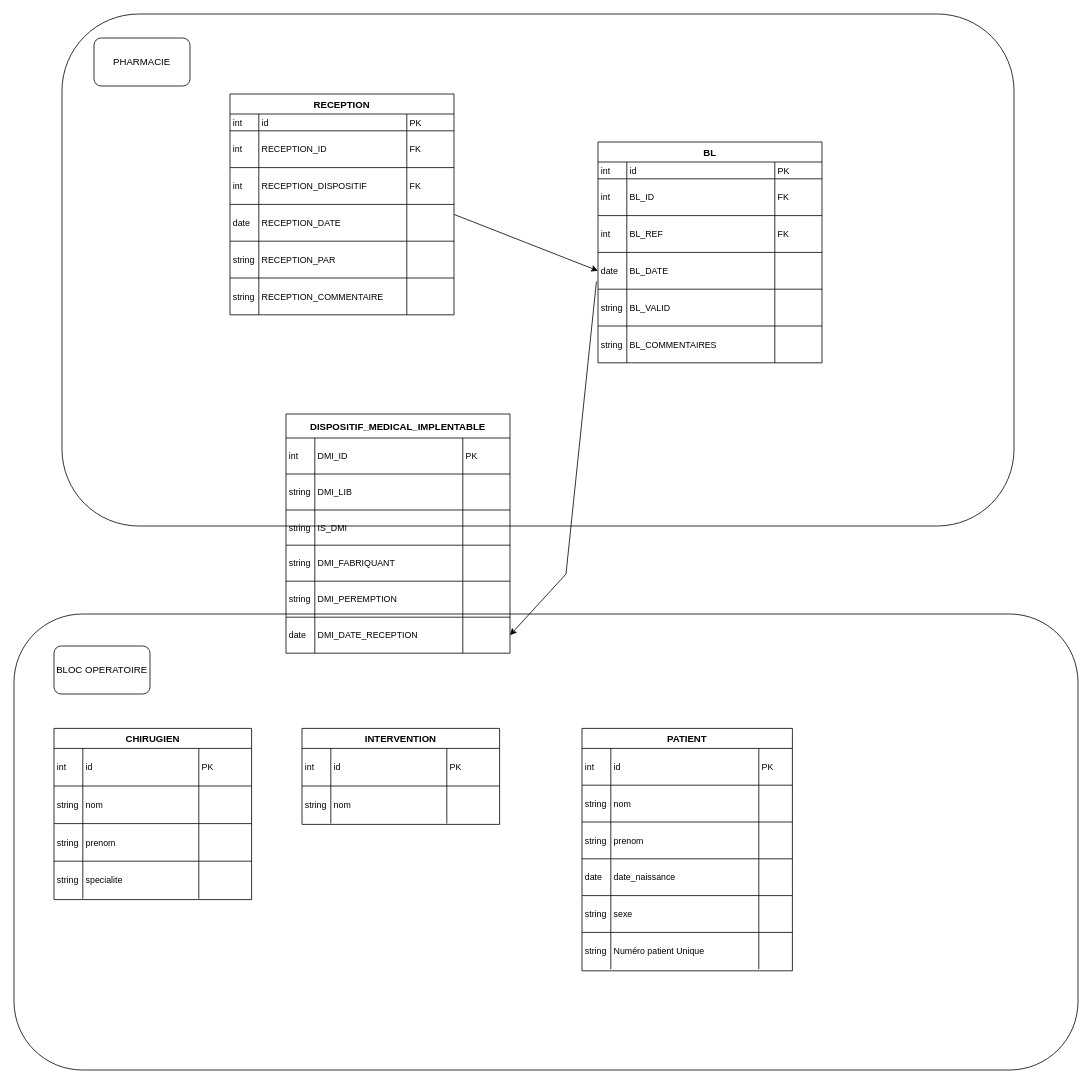
Earlier version of the draw.io diagram schema_reception.drawio (antikkorps/schema_reception). Source tidied: cells renumbered, new cells numbered last; positions are measured from the earlier drawing's top-left corner, leaving out a move shared by most shapes. Both pictures are drawn from the tidied source at 80%, with x=0, y=0 at pixel (14, 14).
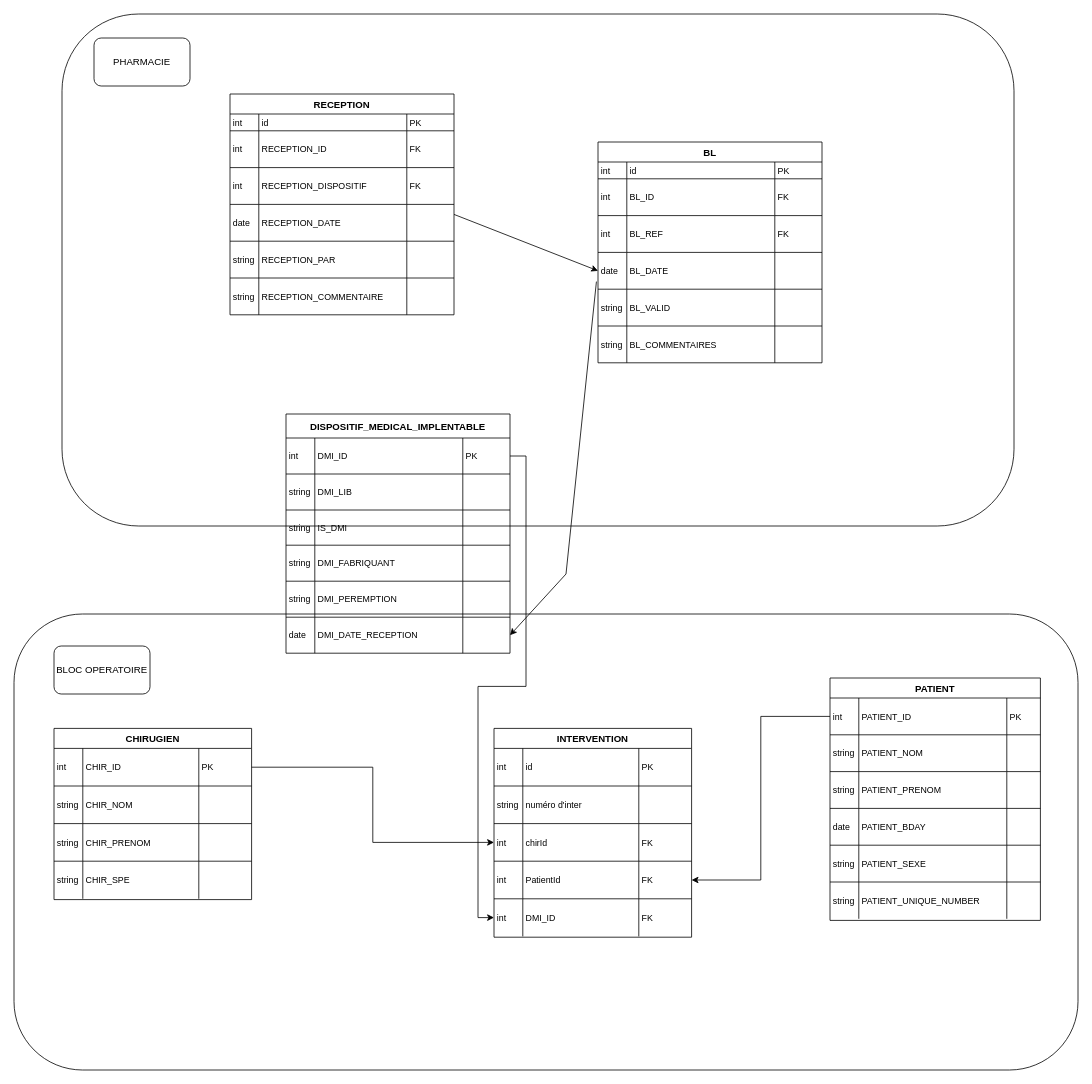
After the change.

Commit message:
Mettre à jour schema_reception.drawio

The change refers to these unchanged cells:
```xml
<mxCell id="5" style="shape=tableRow;horizontal=0;startSize=0;swimlaneHead=0;swimlaneBody=0;fillColor=none;points=[[0,0.5],[1,0.5]];portConstraint=eastwest;top=0;left=0;right=0;bottom=0;" parent="4" vertex="1">
  <mxGeometry y="25" width="263" height="46" as="geometry" />
</mxCell>
<mxCell id="9" style="shape=tableRow;horizontal=0;startSize=0;swimlaneHead=0;swimlaneBody=0;fillColor=none;top=0;left=0;right=0;bottom=0;" parent="4" vertex="1">
  <mxGeometry y="71" width="263" height="46" as="geometry" />
</mxCell>
<mxCell id="13" style="shape=tableRow;horizontal=0;startSize=0;swimlaneHead=0;swimlaneBody=0;fillColor=none;top=0;left=0;right=0;bottom=0;" parent="4" vertex="1">
  <mxGeometry y="117" width="263" height="46" as="geometry" />
</mxCell>
<mxCell id="17" style="shape=tableRow;horizontal=0;startSize=0;swimlaneHead=0;swimlaneBody=0;fillColor=none;top=0;left=0;right=0;bottom=0;" parent="4" vertex="1">
  <mxGeometry y="163" width="263" height="46" as="geometry" />
</mxCell>
<mxCell id="21" style="shape=tableRow;horizontal=0;startSize=0;swimlaneHead=0;swimlaneBody=0;fillColor=none;top=0;left=0;right=0;bottom=0;" parent="4" vertex="1">
  <mxGeometry y="209" width="263" height="46" as="geometry" />
</mxCell>
<mxCell id="25" style="shape=tableRow;horizontal=0;startSize=0;swimlaneHead=0;swimlaneBody=0;fillColor=none;top=0;left=0;right=0;bottom=0;" parent="4" vertex="1">
  <mxGeometry y="255" width="263" height="46" as="geometry" />
</mxCell>
<mxCell id="30" style="shape=tableRow;horizontal=0;startSize=0;swimlaneHead=0;swimlaneBody=0;fillColor=none;points=[[0,0.5],[1,0.5]];portConstraint=eastwest;top=0;left=0;right=0;bottom=0;" parent="29" vertex="1">
  <mxGeometry y="30" width="280" height="45" as="geometry" />
</mxCell>
<mxCell id="80" style="shape=tableRow;horizontal=0;startSize=0;swimlaneHead=0;swimlaneBody=0;fillColor=none;points=[[0,0.5],[1,0.5]];portConstraint=eastwest;top=0;left=0;right=0;bottom=0;" parent="79" vertex="1">
  <mxGeometry y="25" width="247" height="47" as="geometry" />
</mxCell>
<mxCell id="84" style="shape=tableRow;horizontal=0;startSize=0;swimlaneHead=0;swimlaneBody=0;fillColor=none;top=0;left=0;right=0;bottom=0;" parent="79" vertex="1">
  <mxGeometry y="72" width="247" height="47" as="geometry" />
</mxCell>
<mxCell id="88" style="shape=tableRow;horizontal=0;startSize=0;swimlaneHead=0;swimlaneBody=0;fillColor=none;top=0;left=0;right=0;bottom=0;" parent="79" vertex="1">
  <mxGeometry y="119" width="247" height="47" as="geometry" />
</mxCell>
<mxCell id="92" style="shape=tableRow;horizontal=0;startSize=0;swimlaneHead=0;swimlaneBody=0;fillColor=none;top=0;left=0;right=0;bottom=0;" parent="79" vertex="1">
  <mxGeometry y="166" width="247" height="47" as="geometry" />
</mxCell>
<mxCell id="101" style="shape=tableRow;horizontal=0;startSize=0;swimlaneHead=0;swimlaneBody=0;fillColor=none;top=0;left=0;right=0;bottom=0;" parent="96" vertex="1">
  <mxGeometry y="72" width="247" height="47" as="geometry" />
</mxCell>
```

What changed in the source:
```diff
@@
     <mxCell id="4" value="PATIENT" style="shape=table;startSize=25;childLayout=tableLayout;rowLines=1;fontStyle=1;align=center;" parent="1" vertex="1">
-      <mxGeometry x="710" y="893" width="263" height="303" as="geometry" />
+      <mxGeometry x="1020" y="830" width="263" height="303" as="geometry" />
     </mxCell>
@@
-    <mxCell id="7" value="id" style="shape=partialRectangle;fillColor=none;top=0;left=0;bottom=0;right=0;align=left;spacingLeft=2;overflow=hidden;fontSize=11;" parent="5" vertex="1">
+    <mxCell id="7" value="PATIENT_ID" style="shape=partialRectangle;fillColor=none;top=0;left=0;bottom=0;right=0;align=left;spacingLeft=2;overflow=hidden;fontSize=11;" parent="5" vertex="1">
       <mxGeometry x="36" width="185" height="46" as="geometry" />
     </mxCell>
@@
-    <mxCell id="11" value="nom" style="shape=partialRectangle;fillColor=none;top=0;left=0;bottom=0;right=0;align=left;spacingLeft=2;overflow=hidden;fontSize=11;" parent="9" vertex="1">
+    <mxCell id="11" value="PATIENT_NOM" style="shape=partialRectangle;fillColor=none;top=0;left=0;bottom=0;right=0;align=left;spacingLeft=2;overflow=hidden;fontSize=11;" parent="9" vertex="1">
       <mxGeometry x="36" width="185" height="46" as="geometry" />
     </mxCell>
@@
-    <mxCell id="15" value="prenom" style="shape=partialRectangle;fillColor=none;top=0;left=0;bottom=0;right=0;align=left;spacingLeft=2;overflow=hidden;fontSize=11;" parent="13" vertex="1">
+    <mxCell id="15" value="PATIENT_PRENOM" style="shape=partialRectangle;fillColor=none;top=0;left=0;bottom=0;right=0;align=left;spacingLeft=2;overflow=hidden;fontSize=11;" parent="13" vertex="1">
       <mxGeometry x="36" width="185" height="46" as="geometry" />
     </mxCell>
@@
-    <mxCell id="19" value="date_naissance" style="shape=partialRectangle;fillColor=none;top=0;left=0;bottom=0;right=0;align=left;spacingLeft=2;overflow=hidden;fontSize=11;" parent="17" vertex="1">
+    <mxCell id="19" value="PATIENT_BDAY" style="shape=partialRectangle;fillColor=none;top=0;left=0;bottom=0;right=0;align=left;spacingLeft=2;overflow=hidden;fontSize=11;" parent="17" vertex="1">
       <mxGeometry x="36" width="185" height="46" as="geometry" />
     </mxCell>
@@
-    <mxCell id="23" value="sexe" style="shape=partialRectangle;fillColor=none;top=0;left=0;bottom=0;right=0;align=left;spacingLeft=2;overflow=hidden;fontSize=11;" parent="21" vertex="1">
+    <mxCell id="23" value="PATIENT_SEXE" style="shape=partialRectangle;fillColor=none;top=0;left=0;bottom=0;right=0;align=left;spacingLeft=2;overflow=hidden;fontSize=11;" parent="21" vertex="1">
       <mxGeometry x="36" width="185" height="46" as="geometry" />
     </mxCell>
@@
-    <mxCell id="27" value="Numéro patient Unique" style="shape=partialRectangle;fillColor=none;top=0;left=0;bottom=0;right=0;align=left;spacingLeft=2;overflow=hidden;fontSize=11;" parent="25" vertex="1">
+    <mxCell id="27" value="PATIENT_UNIQUE_NUMBER" style="shape=partialRectangle;fillColor=none;top=0;left=0;bottom=0;right=0;align=left;spacingLeft=2;overflow=hidden;fontSize=11;" parent="25" vertex="1">
       <mxGeometry x="36" width="185" height="46" as="geometry" />
     </mxCell>
@@
+    <mxCell id="134" style="edgeStyle=orthogonalEdgeStyle;rounded=0;jettySize=auto;html=1;exitX=1;exitY=0.5;exitDx=0;exitDy=0;" parent="1" edge="1" source="30" target="143">
+      <mxGeometry relative="1" as="geometry" />
+    </mxCell>
@@
-    <mxCell id="82" value="id" style="shape=partialRectangle;fillColor=none;top=0;left=0;bottom=0;right=0;align=left;spacingLeft=2;overflow=hidden;fontSize=11;" parent="80" vertex="1">
+    <mxCell id="82" value="CHIR_ID" style="shape=partialRectangle;fillColor=none;top=0;left=0;bottom=0;right=0;align=left;spacingLeft=2;overflow=hidden;fontSize=11;" parent="80" vertex="1">
       <mxGeometry x="36" width="145" height="47" as="geometry" />
     </mxCell>
@@
-    <mxCell id="86" value="nom" style="shape=partialRectangle;fillColor=none;top=0;left=0;bottom=0;right=0;align=left;spacingLeft=2;overflow=hidden;fontSize=11;" parent="84" vertex="1">
+    <mxCell id="86" value="CHIR_NOM" style="shape=partialRectangle;fillColor=none;top=0;left=0;bottom=0;right=0;align=left;spacingLeft=2;overflow=hidden;fontSize=11;" parent="84" vertex="1">
       <mxGeometry x="36" width="145" height="47" as="geometry" />
     </mxCell>
@@
-    <mxCell id="90" value="prenom" style="shape=partialRectangle;fillColor=none;top=0;left=0;bottom=0;right=0;align=left;spacingLeft=2;overflow=hidden;fontSize=11;" parent="88" vertex="1">
+    <mxCell id="90" value="CHIR_PRENOM" style="shape=partialRectangle;fillColor=none;top=0;left=0;bottom=0;right=0;align=left;spacingLeft=2;overflow=hidden;fontSize=11;" parent="88" vertex="1">
       <mxGeometry x="36" width="145" height="47" as="geometry" />
     </mxCell>
@@
-    <mxCell id="94" value="specialite" style="shape=partialRectangle;fillColor=none;top=0;left=0;bottom=0;right=0;align=left;spacingLeft=2;overflow=hidden;fontSize=11;" parent="92" vertex="1">
+    <mxCell id="94" value="CHIR_SPE" style="shape=partialRectangle;fillColor=none;top=0;left=0;bottom=0;right=0;align=left;spacingLeft=2;overflow=hidden;fontSize=11;" parent="92" vertex="1">
       <mxGeometry x="36" width="145" height="47" as="geometry" />
     </mxCell>
@@
     <mxCell id="96" value="INTERVENTION" style="shape=table;startSize=25;childLayout=tableLayout;rowLines=1;fontStyle=1;align=center;" parent="1" vertex="1">
-      <mxGeometry x="360" y="893" width="247" height="120" as="geometry" />
+      <mxGeometry x="600" y="893" width="247" height="261" as="geometry" />
     </mxCell>
@@
-    <mxCell id="103" value="nom" style="shape=partialRectangle;fillColor=none;top=0;left=0;bottom=0;right=0;align=left;spacingLeft=2;overflow=hidden;fontSize=11;" parent="101" vertex="1">
+    <mxCell id="103" value="numéro d'inter" style="shape=partialRectangle;fillColor=none;top=0;left=0;bottom=0;right=0;align=left;spacingLeft=2;overflow=hidden;fontSize=11;" parent="101" vertex="1">
       <mxGeometry x="36" width="145" height="47" as="geometry" />
     </mxCell>
@@
+    <mxCell id="135" style="shape=tableRow;horizontal=0;startSize=0;swimlaneHead=0;swimlaneBody=0;fillColor=none;points=[[0,0.5],[1,0.5]];portConstraint=eastwest;top=0;left=0;right=0;bottom=0;" parent="96" vertex="1">
+      <mxGeometry y="119" width="247" height="47" as="geometry" />
+    </mxCell>
+    <mxCell id="136" value="int " style="shape=partialRectangle;fillColor=none;top=0;left=0;bottom=0;right=0;align=left;spacingLeft=2;overflow=hidden;fontSize=11;" parent="135" vertex="1">
+      <mxGeometry width="36" height="47" as="geometry" />
+    </mxCell>
+    <mxCell id="137" value="chirId" style="shape=partialRectangle;fillColor=none;top=0;left=0;bottom=0;right=0;align=left;spacingLeft=2;overflow=hidden;fontSize=11;" parent="135" vertex="1">
+      <mxGeometry x="36" width="145" height="47" as="geometry" />
+    </mxCell>
+    <mxCell id="138" value="FK" style="shape=partialRectangle;fillColor=none;top=0;left=0;bottom=0;right=0;align=left;spacingLeft=2;overflow=hidden;fontSize=11;" parent="135" vertex="1">
+      <mxGeometry x="181" width="66" height="47" as="geometry" />
+    </mxCell>
+    <mxCell id="139" style="shape=tableRow;horizontal=0;startSize=0;swimlaneHead=0;swimlaneBody=0;fillColor=none;points=[[0,0.5],[1,0.5]];portConstraint=eastwest;top=0;left=0;right=0;bottom=0;" parent="96" vertex="1">
+      <mxGeometry y="166" width="247" height="47" as="geometry" />
+    </mxCell>
+    <mxCell id="140" value="int" style="shape=partialRectangle;fillColor=none;top=0;left=0;bottom=0;right=0;align=left;spacingLeft=2;overflow=hidden;fontSize=11;" parent="139" vertex="1">
+      <mxGeometry width="36" height="47" as="geometry" />
+    </mxCell>
+    <mxCell id="141" value="PatientId" style="shape=partialRectangle;fillColor=none;top=0;left=0;bottom=0;right=0;align=left;spacingLeft=2;overflow=hidden;fontSize=11;" parent="139" vertex="1">
+      <mxGeometry x="36" width="145" height="47" as="geometry" />
+    </mxCell>
+    <mxCell id="142" value="FK" style="shape=partialRectangle;fillColor=none;top=0;left=0;bottom=0;right=0;align=left;spacingLeft=2;overflow=hidden;fontSize=11;" parent="139" vertex="1">
+      <mxGeometry x="181" width="66" height="47" as="geometry" />
+    </mxCell>
+    <mxCell id="143" style="shape=tableRow;horizontal=0;startSize=0;swimlaneHead=0;swimlaneBody=0;fillColor=none;points=[[0,0.5],[1,0.5]];portConstraint=eastwest;top=0;left=0;right=0;bottom=0;" parent="96" vertex="1">
+      <mxGeometry y="213" width="247" height="47" as="geometry" />
+    </mxCell>
+    <mxCell id="144" value="int" style="shape=partialRectangle;fillColor=none;top=0;left=0;bottom=0;right=0;align=left;spacingLeft=2;overflow=hidden;fontSize=11;" parent="143" vertex="1">
+      <mxGeometry width="36" height="47" as="geometry" />
+    </mxCell>
+    <mxCell id="145" value="DMI_ID" style="shape=partialRectangle;fillColor=none;top=0;left=0;bottom=0;right=0;align=left;spacingLeft=2;overflow=hidden;fontSize=11;" parent="143" vertex="1">
+      <mxGeometry x="36" width="145" height="47" as="geometry" />
+    </mxCell>
+    <mxCell id="146" value="FK" style="shape=partialRectangle;fillColor=none;top=0;left=0;bottom=0;right=0;align=left;spacingLeft=2;overflow=hidden;fontSize=11;" parent="143" vertex="1">
+      <mxGeometry x="181" width="66" height="47" as="geometry" />
+    </mxCell>
@@
+    <mxCell id="147" style="edgeStyle=orthogonalEdgeStyle;rounded=0;jettySize=auto;html=1;" parent="1" edge="1" source="80" target="135">
+      <mxGeometry relative="1" as="geometry" />
+    </mxCell>
+    <mxCell id="148" style="edgeStyle=orthogonalEdgeStyle;rounded=0;jettySize=auto;html=1;entryX=1;entryY=0.5;entryDx=0;entryDy=0;" parent="1" edge="1" source="5" target="139">
+      <mxGeometry relative="1" as="geometry" />
+    </mxCell>
```
